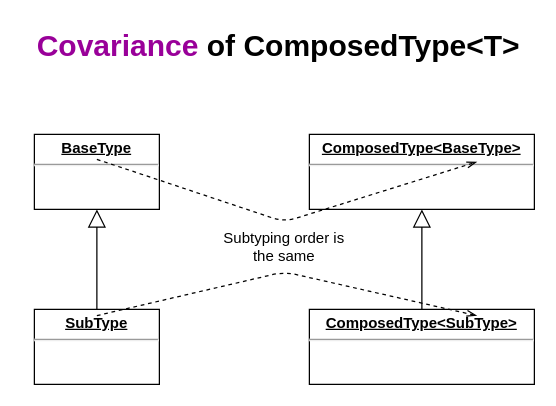
panzerdp/dmitripavlutin.com keeps this draw.io diagram as page "Covariance" (2 of 4) of content/posts/153-covariance-contravariance/diagrams/diagram.drawio. Above is the earlier version. Source tidied: cells renumbered, new cells numbered last; positions are measured from the earlier drawing's top-left corner, leaving out a move shared by most shapes. Both pictures are drawn from the tidied source at 125%, with x=0, y=0 at pixel (21, 21).
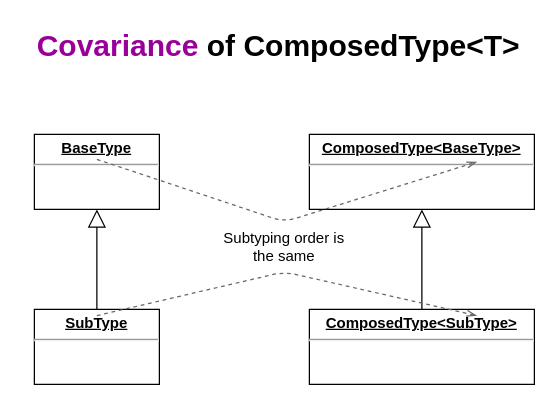
Above is the later version.

Diff of the diagram source:
```diff
@@
 <mxGraphModel>
   <root>
     <mxCell id="0" />
     <mxCell id="1" parent="0" />
     <mxCell id="2" value="&lt;p style=&quot;margin: 0px ; margin-top: 4px ; text-align: center ; text-decoration: underline&quot;&gt;&lt;b&gt;BaseType&lt;/b&gt;&lt;/p&gt;&lt;hr&gt;&lt;p style=&quot;margin: 0px ; margin-left: 8px&quot;&gt;&lt;br&gt;&lt;/p&gt;" style="verticalAlign=top;align=left;overflow=fill;fontSize=12;fontFamily=Helvetica;html=1;" parent="1" vertex="1">
       <mxGeometry x="10" y="90" width="100" height="60" as="geometry" />
     </mxCell>
     <mxCell id="3" style="endArrow=block;endFill=0;endSize=12;html=1;exitX=0.5;exitY=0;exitDx=0;exitDy=0;entryX=0.5;entryY=1;entryDx=0;entryDy=0;entryPerimeter=0;" parent="1" edge="1" target="2">
       <mxGeometry relative="1" as="geometry">
         <mxPoint x="60" y="230" as="sourcePoint" />
       </mxGeometry>
     </mxCell>
     <mxCell id="4" value="&lt;p style=&quot;margin: 0px ; margin-top: 4px ; text-align: center ; text-decoration: underline&quot;&gt;&lt;b&gt;ComposedType&amp;lt;BaseType&amp;gt;&lt;/b&gt;&lt;/p&gt;&lt;hr&gt;&lt;p style=&quot;margin: 0px ; margin-left: 8px&quot;&gt;&lt;br&gt;&lt;/p&gt;" style="verticalAlign=top;align=left;overflow=fill;fontSize=12;fontFamily=Helvetica;html=1;" parent="1" vertex="1">
       <mxGeometry x="230" y="90" width="180" height="60" as="geometry" />
     </mxCell>
     <mxCell id="5" style="endArrow=block;endFill=0;endSize=12;html=1;exitX=0.5;exitY=0;exitDx=0;exitDy=0;entryX=0.5;entryY=1;entryDx=0;entryDy=0;entryPerimeter=0;" parent="1" edge="1" target="4">
       <mxGeometry relative="1" as="geometry">
         <mxPoint x="320" y="230" as="sourcePoint" />
       </mxGeometry>
     </mxCell>
     <mxCell id="6" value="&lt;p style=&quot;margin: 0px ; margin-top: 4px ; text-align: center ; text-decoration: underline&quot;&gt;&lt;b&gt;SubType&lt;/b&gt;&lt;/p&gt;&lt;hr&gt;&lt;p style=&quot;margin: 0px ; margin-left: 8px&quot;&gt;&lt;br&gt;&lt;/p&gt;" style="verticalAlign=top;align=left;overflow=fill;fontSize=12;fontFamily=Helvetica;html=1;" parent="1" vertex="1">
       <mxGeometry x="10" y="230" width="100" height="60" as="geometry" />
     </mxCell>
     <mxCell id="7" value="&lt;p style=&quot;margin: 0px ; margin-top: 4px ; text-align: center ; text-decoration: underline&quot;&gt;&lt;b&gt;ComposedType&amp;lt;SubType&amp;gt;&lt;/b&gt;&lt;/p&gt;&lt;hr&gt;&lt;p style=&quot;margin: 0px ; margin-left: 8px&quot;&gt;&lt;br&gt;&lt;/p&gt;" style="verticalAlign=top;align=left;overflow=fill;fontSize=12;fontFamily=Helvetica;html=1;" parent="1" vertex="1">
       <mxGeometry x="230" y="230" width="180" height="60" as="geometry" />
     </mxCell>
     <mxCell id="8" value="&lt;font color=&quot;#990099&quot;&gt;Covariance&lt;/font&gt; of ComposedType&amp;lt;T&amp;gt;" style="text;strokeColor=none;fillColor=none;html=1;fontSize=24;fontStyle=1;verticalAlign=middle;align=center;" parent="1" vertex="1">
       <mxGeometry width="410" height="40" as="geometry" />
     </mxCell>
     <mxCell id="9" parent="0" />
-    <mxCell id="10" style="endArrow=openThin;dashed=1;html=1;exitX=0.5;exitY=0.333;exitDx=0;exitDy=0;exitPerimeter=0;entryX=0.744;entryY=0.367;entryDx=0;entryDy=0;entryPerimeter=0;endFill=0;" parent="9" edge="1" source="2" target="4">
+    <mxCell id="10" style="endArrow=openThin;dashed=1;html=1;exitX=0.5;exitY=0.333;exitDx=0;exitDy=0;exitPerimeter=0;entryX=0.744;entryY=0.367;entryDx=0;entryDy=0;entryPerimeter=0;endFill=0;fillColor=#f5f5f5;strokeColor=#666666;" parent="9" edge="1" source="2" target="4">
       <mxGeometry relative="1" as="geometry">
         <Array as="points">
           <mxPoint x="210" y="160" />
         </Array>
       </mxGeometry>
     </mxCell>
-    <mxCell id="11" style="endArrow=openThin;dashed=1;html=1;exitX=0.5;exitY=0.083;exitDx=0;exitDy=0;exitPerimeter=0;entryX=0.744;entryY=0.083;entryDx=0;entryDy=0;entryPerimeter=0;endFill=0;" parent="9" edge="1">
+    <mxCell id="11" style="endArrow=openThin;dashed=1;html=1;exitX=0.5;exitY=0.083;exitDx=0;exitDy=0;exitPerimeter=0;entryX=0.744;entryY=0.083;entryDx=0;entryDy=0;entryPerimeter=0;endFill=0;fillColor=#f5f5f5;strokeColor=#666666;" parent="9" edge="1">
       <mxGeometry relative="1" as="geometry">
         <mxPoint x="60" y="235" as="sourcePoint" />
         <mxPoint x="363.9" y="235" as="targetPoint" />
         <Array as="points">
           <mxPoint x="210" y="200" />
         </Array>
       </mxGeometry>
     </mxCell>
     <mxCell id="12" value="Subtyping order is the same" style="text;html=1;strokeColor=none;fillColor=none;align=center;verticalAlign=middle;whiteSpace=wrap;rounded=0;" parent="9" vertex="1">
       <mxGeometry x="160" y="170" width="100" height="20" as="geometry" />
     </mxCell>
   </root>
 </mxGraphModel>
```
